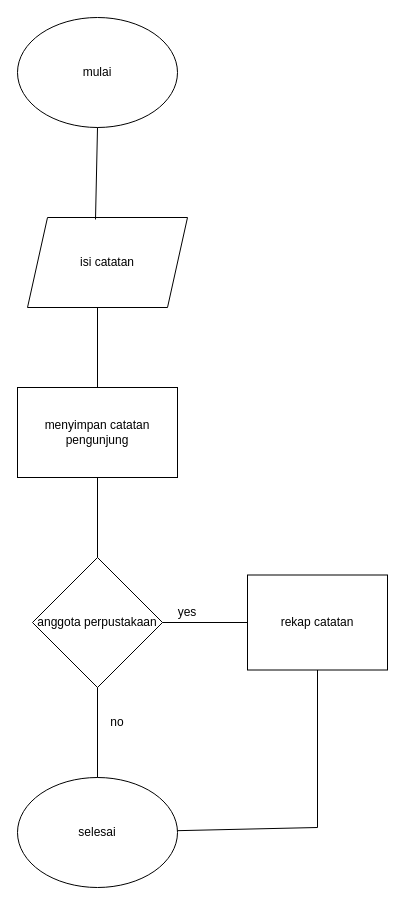
This is flowchart_perpustakaan.drawio from thecoolgeng/perpus-digital, a draw.io file, before an edit. Source tidied: cells renumbered, new cells numbered last; positions are measured from the earlier drawing's top-left corner, leaving out a move shared by most shapes. Both pictures are drawn from the tidied source at 100%, with x=0, y=0 at pixel (17, 17).
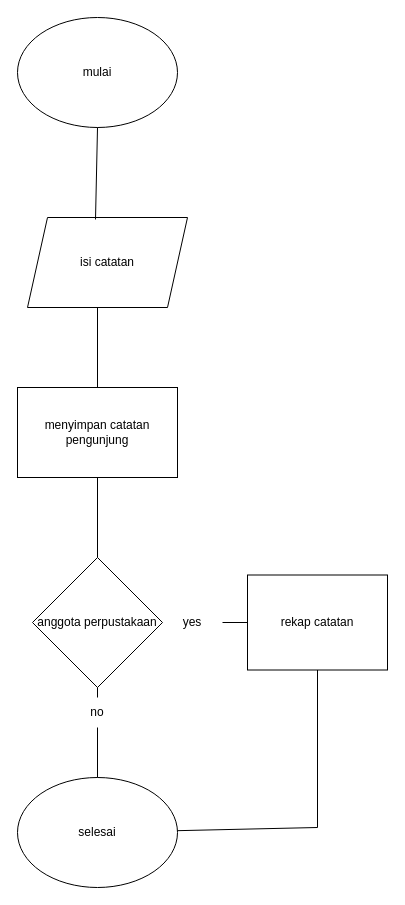
Above is the later version.

What changed in the source:
```diff
@@
 <mxGraphModel>
   <root>
     <mxCell id="0" />
     <mxCell id="1" parent="0" />
     <mxCell id="2" value="mulai" style="ellipse;whiteSpace=wrap;html=1;" parent="1" vertex="1">
       <mxGeometry width="160" height="110" as="geometry" />
     </mxCell>
     <mxCell id="3" value="isi catatan" style="shape=parallelogram;perimeter=parallelogramPerimeter;whiteSpace=wrap;html=1;fixedSize=1;" parent="1" vertex="1">
       <mxGeometry x="10" y="200" width="160" height="90" as="geometry" />
     </mxCell>
     <mxCell id="4" value="menyimpan catatan pengunjung" style="rounded=0;whiteSpace=wrap;html=1;" parent="1" vertex="1">
       <mxGeometry y="370" width="160" height="90" as="geometry" />
     </mxCell>
     <mxCell id="5" value="anggota perpustakaan" style="rhombus;whiteSpace=wrap;html=1;" parent="1" vertex="1">
       <mxGeometry x="15" y="540" width="130" height="130" as="geometry" />
     </mxCell>
     <mxCell id="6" value="rekap catatan" style="rounded=0;whiteSpace=wrap;html=1;" parent="1" vertex="1">
       <mxGeometry x="230" y="557.5" width="140" height="95" as="geometry" />
     </mxCell>
     <mxCell id="7" style="endArrow=none;html=1;rounded=0;entryX=0.5;entryY=1;entryDx=0;entryDy=0;exitX=0.425;exitY=0.022;exitDx=0;exitDy=0;exitPerimeter=0;" parent="1" edge="1" source="3" target="2">
       <mxGeometry relative="1" as="geometry" />
     </mxCell>
-    <mxCell id="8" style="endArrow=none;html=1;rounded=0;exitX=1;exitY=0.5;exitDx=0;exitDy=0;entryX=0;entryY=0.5;entryDx=0;entryDy=0;" parent="1" edge="1" source="5" target="6">
+    <mxCell id="8" style="endArrow=none;html=1;rounded=0;exitX=1;exitY=0.5;exitDx=0;exitDy=0;entryX=0;entryY=0.5;entryDx=0;entryDy=0;" parent="1" edge="1" source="11" target="6">
       <mxGeometry relative="1" as="geometry" />
     </mxCell>
     <mxCell id="9" style="endArrow=none;html=1;rounded=0;exitX=0.5;exitY=1;exitDx=0;exitDy=0;entryX=0.5;entryY=0;entryDx=0;entryDy=0;" parent="1" edge="1" source="4" target="5">
       <mxGeometry relative="1" as="geometry" />
     </mxCell>
     <mxCell id="10" style="endArrow=none;html=1;rounded=0;entryX=0.5;entryY=0;entryDx=0;entryDy=0;" parent="1" edge="1" target="4">
       <mxGeometry relative="1" as="geometry">
         <mxPoint x="80" y="290" as="sourcePoint" />
       </mxGeometry>
     </mxCell>
-    <mxCell id="11" value="yes" style="text;html=1;strokeColor=none;fillColor=none;align=center;verticalAlign=middle;whiteSpace=wrap;rounded=0;" parent="1" vertex="1">
-      <mxGeometry x="140" y="580" width="60" height="30" as="geometry" />
-    </mxCell>
     <mxCell id="12" value="selesai" style="ellipse;whiteSpace=wrap;html=1;" parent="1" vertex="1">
       <mxGeometry y="760" width="160" height="110" as="geometry" />
     </mxCell>
-    <mxCell id="13" style="endArrow=none;html=1;rounded=0;entryX=0.5;entryY=1;entryDx=0;entryDy=0;" parent="1" edge="1" source="12" target="5">
+    <mxCell id="13" style="endArrow=none;html=1;rounded=0;entryX=0.5;entryY=1;entryDx=0;entryDy=0;" parent="1" edge="1" source="14" target="5">
       <mxGeometry relative="1" as="geometry" />
     </mxCell>
+    <mxCell id="15" style="endArrow=none;html=1;rounded=0;entryX=0.5;entryY=1;entryDx=0;entryDy=0;" parent="1" edge="1" source="12" target="6">
+      <mxGeometry relative="1" as="geometry">
+        <Array as="points">
+          <mxPoint x="300" y="810" />
+        </Array>
+      </mxGeometry>
+    </mxCell>
+    <mxCell id="16" style="endArrow=none;html=1;rounded=0;exitX=1;exitY=0.5;exitDx=0;exitDy=0;entryX=0;entryY=0.5;entryDx=0;entryDy=0;" parent="1" edge="1" source="5" target="11">
+      <mxGeometry relative="1" as="geometry" />
+    </mxCell>
+    <mxCell id="11" value="yes" style="text;html=1;strokeColor=none;fillColor=none;align=center;verticalAlign=middle;whiteSpace=wrap;rounded=0;" parent="1" vertex="1">
+      <mxGeometry x="145" y="590" width="60" height="30" as="geometry" />
+    </mxCell>
+    <mxCell id="17" style="endArrow=none;html=1;rounded=0;entryX=0.5;entryY=1;entryDx=0;entryDy=0;" parent="1" edge="1" source="12" target="14">
+      <mxGeometry relative="1" as="geometry" />
+    </mxCell>
     <mxCell id="14" value="no" style="text;html=1;strokeColor=none;fillColor=none;align=center;verticalAlign=middle;whiteSpace=wrap;rounded=0;" parent="1" vertex="1">
-      <mxGeometry x="70" y="690" width="60" height="30" as="geometry" />
+      <mxGeometry x="50" y="680" width="60" height="30" as="geometry" />
     </mxCell>
-    <mxCell id="15" style="endArrow=none;html=1;rounded=0;entryX=0.5;entryY=1;entryDx=0;entryDy=0;" parent="1" edge="1" source="12" target="6">
-      <mxGeometry relative="1" as="geometry">
-        <Array as="points">
-          <mxPoint x="300" y="810" />
-        </Array>
-      </mxGeometry>
-    </mxCell>
   </root>
 </mxGraphModel>
```
